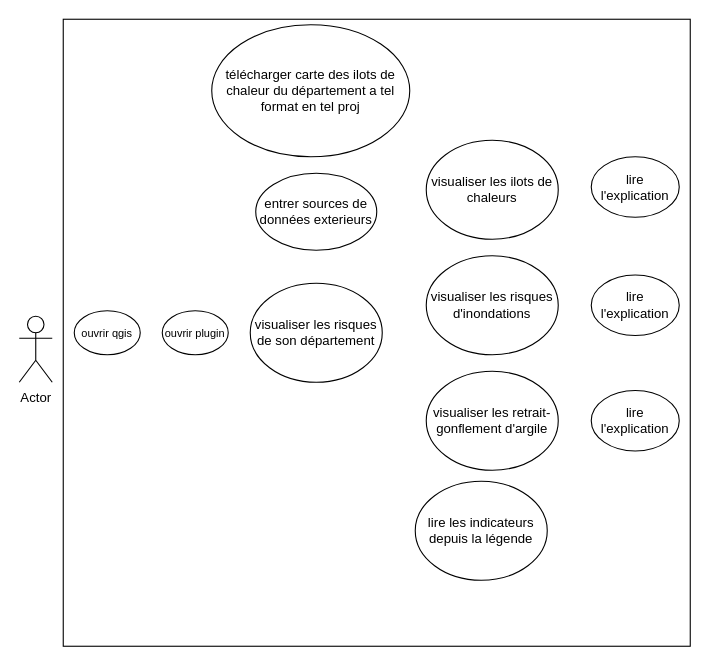
Before: usecase.drawio in emilyllg/plugin_climatique, a draw.io diagram. Source tidied: cells renumbered, new cells numbered last; positions are measured from the earlier drawing's top-left corner, leaving out a move shared by most shapes. Both pictures are drawn from the tidied source at 110%, with x=0, y=0 at pixel (19, 19).
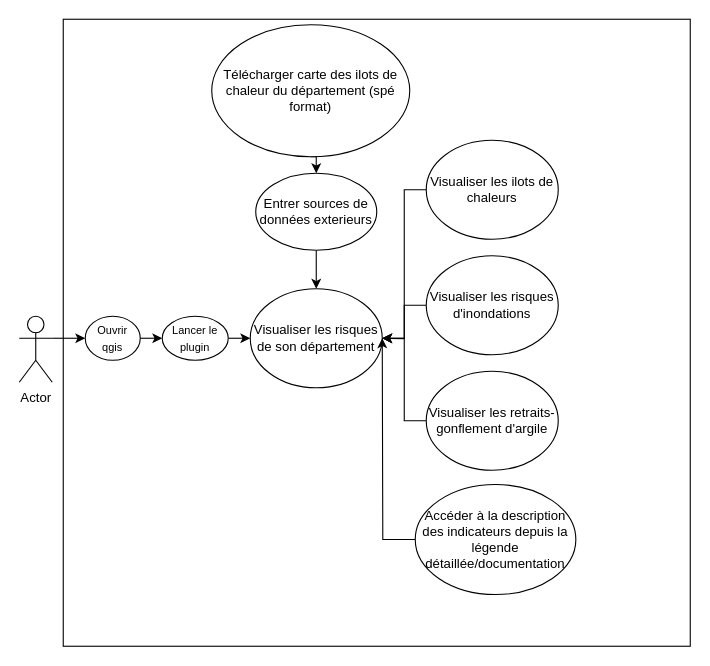
After the change.

Commit message:
Mettre à jour usecase.drawio

Unchanged cells that the change refers to:
```xml
<mxCell id="4" value="Actor" style="shape=umlActor;verticalLabelPosition=bottom;verticalAlign=top;html=1;outlineConnect=0;" parent="1" vertex="1">
  <mxGeometry y="270" width="30" height="60" as="geometry" />
</mxCell>
```

Change to the diagram source:
```diff
@@
+    <mxCell id="16" style="edgeStyle=orthogonalEdgeStyle;rounded=0;jettySize=auto;html=1;exitX=1;exitY=0.5;exitDx=0;exitDy=0;entryX=0;entryY=0.5;entryDx=0;entryDy=0;" parent="1" edge="1" source="3" target="7">
+      <mxGeometry relative="1" as="geometry" />
+    </mxCell>
-    <mxCell id="3" value="&lt;div&gt;&lt;font style=&quot;font-size: 10px;&quot;&gt;ouvrir qgis&lt;/font&gt;&lt;/div&gt;" style="ellipse;whiteSpace=wrap;html=1;" parent="1" vertex="1">
-      <mxGeometry x="50" y="265" width="60" height="40" as="geometry" />
+    <mxCell id="3" value="&lt;div&gt;&lt;font style=&quot;font-size: 10px;&quot;&gt;Ouvrir qgis&lt;/font&gt;&lt;/div&gt;" style="ellipse;whiteSpace=wrap;html=1;" parent="1" vertex="1">
+      <mxGeometry x="60" y="270" width="50" height="40" as="geometry" />
     </mxCell>
+    <mxCell id="17" style="edgeStyle=orthogonalEdgeStyle;rounded=0;jettySize=auto;html=1;exitX=1;exitY=0.3333333333333333;exitDx=0;exitDy=0;exitPerimeter=0;entryX=0;entryY=0.5;entryDx=0;entryDy=0;" parent="1" edge="1" source="4" target="3">
+      <mxGeometry relative="1" as="geometry" />
+    </mxCell>
@@
+    <mxCell id="18" style="edgeStyle=orthogonalEdgeStyle;rounded=0;jettySize=auto;html=1;exitX=0.5;exitY=1;exitDx=0;exitDy=0;entryX=0.5;entryY=0;entryDx=0;entryDy=0;" parent="1" edge="1" source="5" target="6">
+      <mxGeometry relative="1" as="geometry" />
+    </mxCell>
-    <mxCell id="5" value="entrer sources de données exterieurs " style="ellipse;whiteSpace=wrap;html=1;" parent="1" vertex="1">
+    <mxCell id="5" value="Entrer sources de données exterieurs " style="ellipse;whiteSpace=wrap;html=1;" parent="1" vertex="1">
       <mxGeometry x="215" y="140" width="110" height="70" as="geometry" />
     </mxCell>
-    <mxCell id="6" value="visualiser les risques de son département" style="ellipse;whiteSpace=wrap;html=1;" parent="1" vertex="1">
-      <mxGeometry x="210" y="240" width="120" height="90" as="geometry" />
+    <mxCell id="6" value="Visualiser les risques de son département" style="ellipse;whiteSpace=wrap;html=1;" parent="1" vertex="1">
+      <mxGeometry x="210" y="245" width="120" height="90" as="geometry" />
     </mxCell>
+    <mxCell id="19" style="edgeStyle=orthogonalEdgeStyle;rounded=0;jettySize=auto;html=1;exitX=1;exitY=0.5;exitDx=0;exitDy=0;entryX=0;entryY=0.5;entryDx=0;entryDy=0;" parent="1" edge="1" source="7" target="6">
+      <mxGeometry relative="1" as="geometry" />
+    </mxCell>
-    <mxCell id="7" value="&lt;div&gt;&lt;font style=&quot;font-size: 10px;&quot;&gt;ouvrir plugin&lt;br&gt;&lt;/font&gt;&lt;/div&gt;" style="ellipse;whiteSpace=wrap;html=1;" parent="1" vertex="1">
-      <mxGeometry x="130" y="265" width="60" height="40" as="geometry" />
+    <mxCell id="7" value="&lt;div&gt;&lt;font style=&quot;font-size: 10px;&quot;&gt;Lancer le plugin&lt;br&gt;&lt;/font&gt;&lt;/div&gt;" style="ellipse;whiteSpace=wrap;html=1;" parent="1" vertex="1">
+      <mxGeometry x="130" y="270" width="60" height="40" as="geometry" />
     </mxCell>
+    <mxCell id="20" style="edgeStyle=orthogonalEdgeStyle;rounded=0;jettySize=auto;html=1;exitX=0.5;exitY=1;exitDx=0;exitDy=0;entryX=0.5;entryY=0;entryDx=0;entryDy=0;" parent="1" edge="1" source="8" target="5">
+      <mxGeometry relative="1" as="geometry" />
+    </mxCell>
-    <mxCell id="8" value="télécharger carte des ilots de chaleur du département a tel format en tel proj" style="ellipse;whiteSpace=wrap;html=1;" parent="1" vertex="1">
+    <mxCell id="8" value="Télécharger carte des ilots de chaleur du département (spé format)" style="ellipse;whiteSpace=wrap;html=1;" parent="1" vertex="1">
       <mxGeometry x="175" y="5" width="180" height="120" as="geometry" />
     </mxCell>
+    <mxCell id="21" style="edgeStyle=orthogonalEdgeStyle;rounded=0;jettySize=auto;html=1;exitX=0;exitY=0.5;exitDx=0;exitDy=0;entryX=1;entryY=0.5;entryDx=0;entryDy=0;" parent="1" edge="1" source="9" target="6">
+      <mxGeometry relative="1" as="geometry" />
+    </mxCell>
-    <mxCell id="9" value="visualiser les ilots de chaleurs " style="ellipse;whiteSpace=wrap;html=1;" parent="1" vertex="1">
+    <mxCell id="9" value="Visualiser les ilots de chaleurs " style="ellipse;whiteSpace=wrap;html=1;" parent="1" vertex="1">
       <mxGeometry x="370" y="110" width="120" height="90" as="geometry" />
     </mxCell>
+    <mxCell id="22" style="edgeStyle=orthogonalEdgeStyle;rounded=0;jettySize=auto;html=1;exitX=0;exitY=0.5;exitDx=0;exitDy=0;" parent="1" edge="1" source="10">
+      <mxGeometry relative="1" as="geometry">
+        <mxPoint x="330" y="290" as="targetPoint" />
+      </mxGeometry>
+    </mxCell>
-    <mxCell id="10" value="visualiser les risques d'inondations" style="ellipse;whiteSpace=wrap;html=1;" parent="1" vertex="1">
+    <mxCell id="10" value="Visualiser les risques d'inondations" style="ellipse;whiteSpace=wrap;html=1;" parent="1" vertex="1">
       <mxGeometry x="370" y="215" width="120" height="90" as="geometry" />
     </mxCell>
+    <mxCell id="23" style="edgeStyle=orthogonalEdgeStyle;rounded=0;jettySize=auto;html=1;entryX=1;entryY=0.5;entryDx=0;entryDy=0;" parent="1" edge="1" source="11" target="6">
+      <mxGeometry relative="1" as="geometry" />
+    </mxCell>
-    <mxCell id="11" value="visualiser les retrait-gonflement d'argile " style="ellipse;whiteSpace=wrap;html=1;" parent="1" vertex="1">
+    <mxCell id="11" value="Visualiser les retraits-gonflement d'argile " style="ellipse;whiteSpace=wrap;html=1;" parent="1" vertex="1">
       <mxGeometry x="370" y="320" width="120" height="90" as="geometry" />
     </mxCell>
-    <mxCell id="12" value="lire l'explication" style="ellipse;whiteSpace=wrap;html=1;" parent="1" vertex="1">
-      <mxGeometry x="520" y="125" width="80" height="55" as="geometry" />
-    </mxCell>
-    <mxCell id="13" value="lire l'explication" style="ellipse;whiteSpace=wrap;html=1;" parent="1" vertex="1">
-      <mxGeometry x="520" y="232.5" width="80" height="55" as="geometry" />
-    </mxCell>
-    <mxCell id="14" value="lire l'explication" style="ellipse;whiteSpace=wrap;html=1;" parent="1" vertex="1">
-      <mxGeometry x="520" y="337.5" width="80" height="55" as="geometry" />
-    </mxCell>
+    <mxCell id="24" style="edgeStyle=orthogonalEdgeStyle;rounded=0;jettySize=auto;html=1;exitX=0;exitY=0.5;exitDx=0;exitDy=0;" parent="1" edge="1" source="15">
+      <mxGeometry relative="1" as="geometry">
+        <mxPoint x="330" y="290" as="targetPoint" />
+      </mxGeometry>
+    </mxCell>
-    <mxCell id="15" value="lire les indicateurs depuis la légende " style="ellipse;whiteSpace=wrap;html=1;" parent="1" vertex="1">
-      <mxGeometry x="360" y="420" width="120" height="90" as="geometry" />
+    <mxCell id="15" value="Accéder à la description des indicateurs depuis la légende détaillée/documentation" style="ellipse;whiteSpace=wrap;html=1;" parent="1" vertex="1">
+      <mxGeometry x="360" y="423" width="146" height="100" as="geometry" />
     </mxCell>
```
